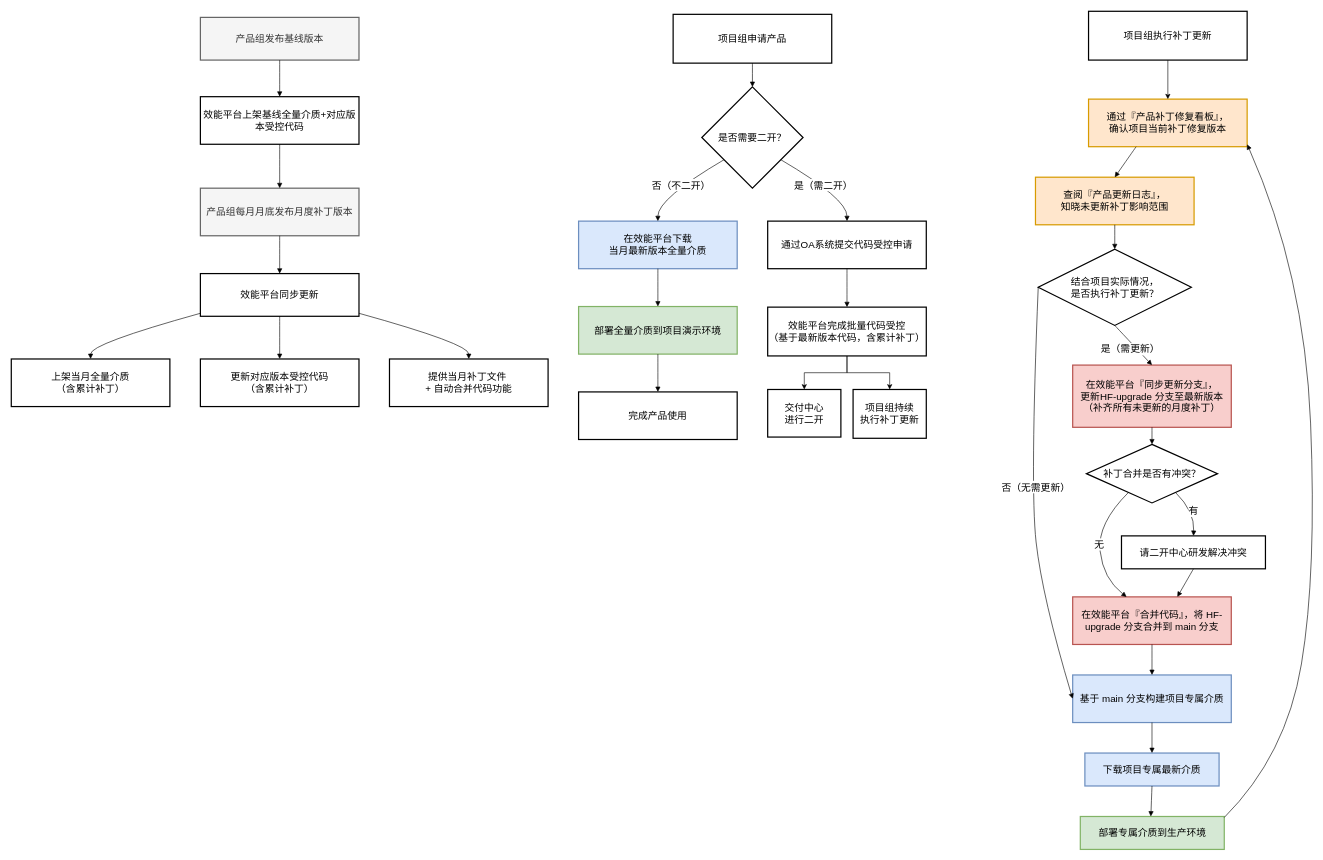
Above: 补丁流程.drawio in DeanYan92/public (draw.io), before the change. Source tidied: cells renumbered, new cells numbered last; positions are measured from the earlier drawing's top-left corner, leaving out a move shared by most shapes. Both pictures are drawn from the tidied source at 61%, with x=0, y=0 at pixel (11, 11).
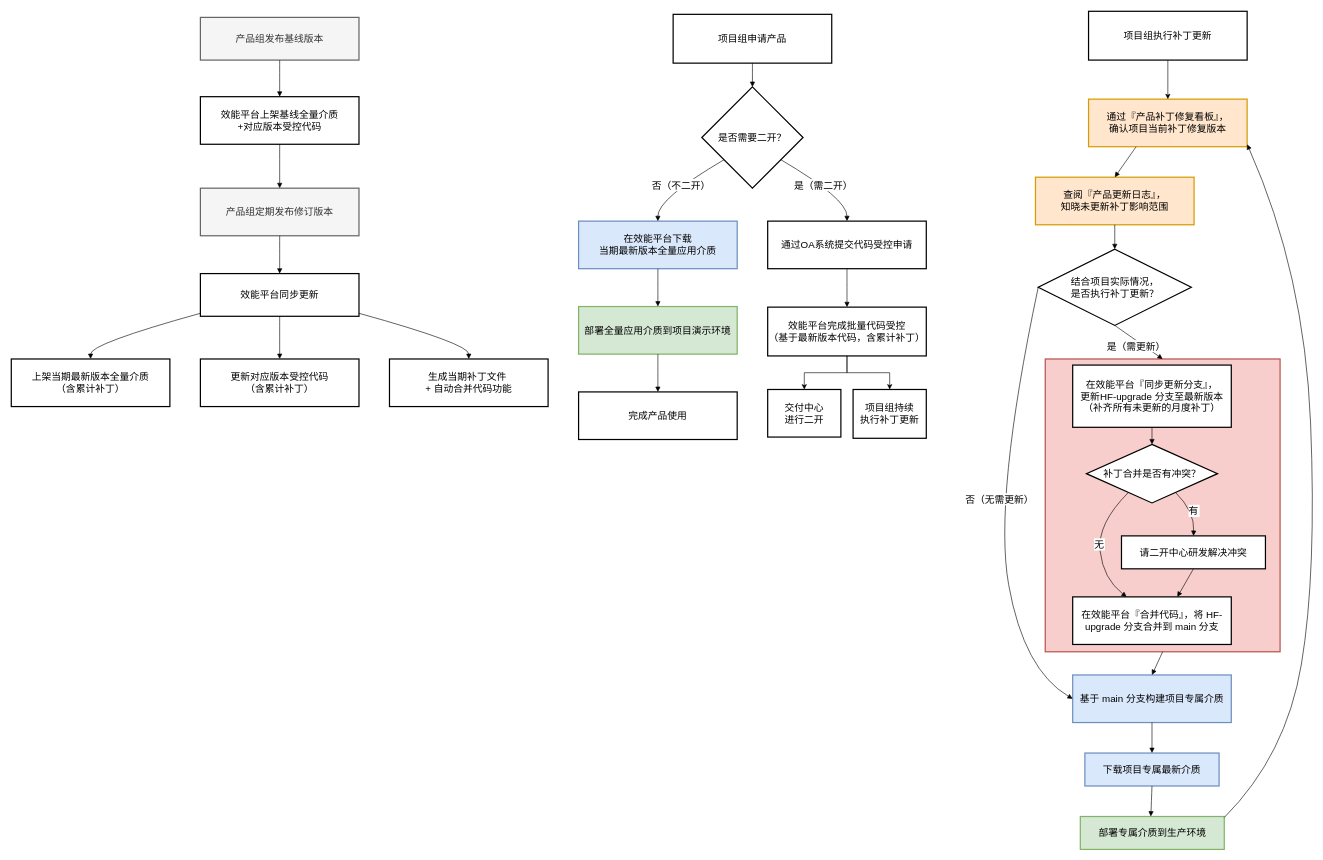
The same diagram, later.

Commit message:
更新补丁流程.drawio

Unchanged cells that the change refers to:
```xml
<mxCell id="20" value="结合项目实际情况，&#10;是否执行补丁更新？" style="rhombus;strokeWidth=2;whiteSpace=wrap;fontSize=16;" parent="1" vertex="1">
  <mxGeometry x="1683.5" y="390" width="251" height="125" as="geometry" />
</mxCell>
<mxCell id="26" value="基于 main 分支构建项目专属介质" style="whiteSpace=wrap;strokeWidth=2;fillColor=#dae8fc;strokeColor=#6c8ebf;fontSize=16;" parent="1" vertex="1">
  <mxGeometry x="1740" y="1088" width="260" height="78" as="geometry" />
</mxCell>
```

Change to the diagram source:
```diff
@@
+    <mxCell id="56" style="whiteSpace=wrap;strokeWidth=2;fillColor=#f8cecc;strokeColor=#b85450;fontSize=16;" parent="1" vertex="1">
+      <mxGeometry x="1695" y="570" width="385" height="480" as="geometry" />
+    </mxCell>
@@
-    <mxCell id="3" value="效能平台上架基线全量介质+对应版本受控代码" style="whiteSpace=wrap;strokeWidth=2;fontSize=16;" parent="1" vertex="1">
+    <mxCell id="3" value="效能平台上架基线全量介质&#10;+对应版本受控代码" style="whiteSpace=wrap;strokeWidth=2;fontSize=16;" parent="1" vertex="1">
       <mxGeometry x="310" y="140" width="260" height="78" as="geometry" />
     </mxCell>
-    <mxCell id="4" value="产品组每月月底发布月度补丁版本" style="whiteSpace=wrap;strokeWidth=2;fillColor=#f5f5f5;fontColor=#333333;strokeColor=#666666;fontSize=16;" parent="1" vertex="1">
+    <mxCell id="4" value="产品组定期发布修订版本" style="whiteSpace=wrap;strokeWidth=2;fillColor=#f5f5f5;fontColor=#333333;strokeColor=#666666;fontSize=16;" parent="1" vertex="1">
       <mxGeometry x="310" y="290" width="260" height="78" as="geometry" />
     </mxCell>
@@
-    <mxCell id="6" value="上架当月全量介质&#10;（含累计补丁）" style="whiteSpace=wrap;strokeWidth=2;fontSize=16;" parent="1" vertex="1">
+    <mxCell id="6" value="上架当期最新版本全量介质&#10;（含累计补丁）" style="whiteSpace=wrap;strokeWidth=2;fontSize=16;" parent="1" vertex="1">
       <mxGeometry y="570" width="260" height="78" as="geometry" />
     </mxCell>
@@
-    <mxCell id="8" value="提供当月补丁文件 &#10;+ 自动合并代码功能" style="whiteSpace=wrap;strokeWidth=2;fontSize=16;" parent="1" vertex="1">
+    <mxCell id="8" value="生成当期补丁文件 &#10;+ 自动合并代码功能" style="whiteSpace=wrap;strokeWidth=2;fontSize=16;" parent="1" vertex="1">
       <mxGeometry x="620" y="570" width="260" height="78" as="geometry" />
     </mxCell>
@@
-    <mxCell id="11" value="在效能平台下载&#10;当月最新版本全量介质" style="whiteSpace=wrap;strokeWidth=2;fillColor=#dae8fc;strokeColor=#6c8ebf;fontSize=16;" parent="1" vertex="1">
+    <mxCell id="11" value="在效能平台下载&#10;当期最新版本全量应用介质" style="whiteSpace=wrap;strokeWidth=2;fillColor=#dae8fc;strokeColor=#6c8ebf;fontSize=16;" parent="1" vertex="1">
       <mxGeometry x="930" y="344" width="260" height="78" as="geometry" />
     </mxCell>
-    <mxCell id="12" value="部署全量介质到项目演示环境" style="whiteSpace=wrap;strokeWidth=2;fillColor=#d5e8d4;strokeColor=#82b366;fontSize=16;" parent="1" vertex="1">
+    <mxCell id="12" value="部署全量应用介质到项目演示环境" style="whiteSpace=wrap;strokeWidth=2;fillColor=#d5e8d4;strokeColor=#82b366;fontSize=16;" parent="1" vertex="1">
       <mxGeometry x="930" y="484" width="260" height="78" as="geometry" />
     </mxCell>
@@
-    <mxCell id="21" value="在效能平台『同步更新分支』，&#10;更新HF-upgrade 分支至最新版本（补齐所有未更新的月度补丁）" style="whiteSpace=wrap;strokeWidth=2;fillColor=#f8cecc;strokeColor=#b85450;fontSize=16;" parent="1" vertex="1">
+    <mxCell id="21" value="在效能平台『同步更新分支』，&#10;更新HF-upgrade 分支至最新版本（补齐所有未更新的月度补丁）" style="whiteSpace=wrap;strokeWidth=2;fontSize=16;" parent="1" vertex="1">
       <mxGeometry x="1740" y="580" width="260" height="102" as="geometry" />
     </mxCell>
@@
-    <mxCell id="24" value="在效能平台『合并代码』，将 HF-upgrade 分支合并到 main 分支" style="whiteSpace=wrap;strokeWidth=2;fillColor=#f8cecc;strokeColor=#b85450;fontSize=16;" parent="1" vertex="1">
+    <mxCell id="24" value="在效能平台『合并代码』，将 HF-upgrade 分支合并到 main 分支" style="whiteSpace=wrap;strokeWidth=2;fontSize=16;" parent="1" vertex="1">
       <mxGeometry x="1740" y="960" width="260" height="78" as="geometry" />
     </mxCell>
@@
-    <mxCell id="42" value="是（需更新）" style="curved=1;startArrow=none;endArrow=block;exitX=0.5;exitY=1;entryX=0.5;entryY=0;rounded=0;fontSize=16;exitDx=0;exitDy=0;" parent="1" edge="1" source="20" target="21">
+    <mxCell id="42" value="是（需更新）" style="curved=1;startArrow=none;endArrow=block;exitX=0.5;exitY=1;entryX=0.5;entryY=0;rounded=0;fontSize=16;exitDx=0;exitDy=0;entryDx=0;entryDy=0;" parent="1" edge="1" source="20" target="56">
       <mxGeometry y="-7" relative="1" as="geometry" />
     </mxCell>
@@
-    <mxCell id="47" style="curved=1;startArrow=none;endArrow=block;exitX=0.5;exitY=1;entryX=0.5;entryY=0;rounded=0;fontSize=16;" parent="1" edge="1" source="24" target="26">
+    <mxCell id="47" style="curved=1;startArrow=none;endArrow=block;exitX=0.5;exitY=1;entryX=0.5;entryY=0;rounded=0;fontSize=16;exitDx=0;exitDy=0;" parent="1" edge="1" source="56" target="26">
       <mxGeometry relative="1" as="geometry" />
     </mxCell>
@@
     <mxCell id="54" value="否（无需更新）" style="curved=1;startArrow=none;endArrow=block;exitX=0;exitY=0.5;entryX=0;entryY=0.5;rounded=0;fontSize=16;exitDx=0;exitDy=0;entryDx=0;entryDy=0;" parent="1" edge="1" source="20" target="26">
       <mxGeometry x="-0.04" y="10" relative="1" as="geometry">
         <Array as="points">
-          <mxPoint x="1670" y="780" />
-          <mxPoint x="1690" y="960" />
+          <mxPoint x="1610" y="800" />
+          <mxPoint x="1660" y="1080" />
         </Array>
       </mxGeometry>
     </mxCell>
```
